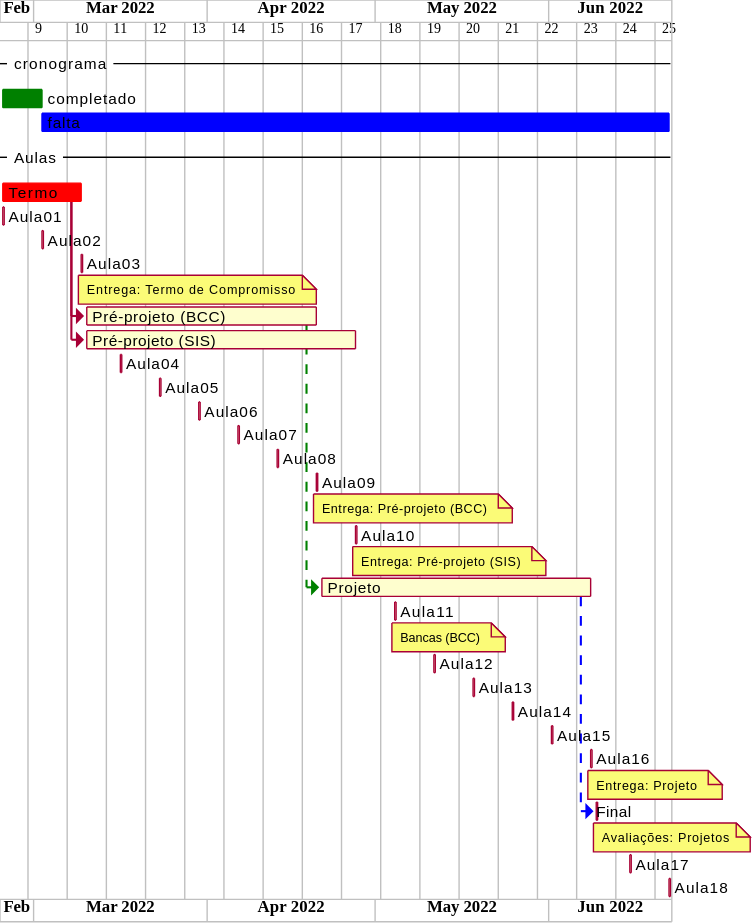
The PlantUML diagram cronograma.svg in dalton-reis/disciplina_TCC1_Privado, before a commit.
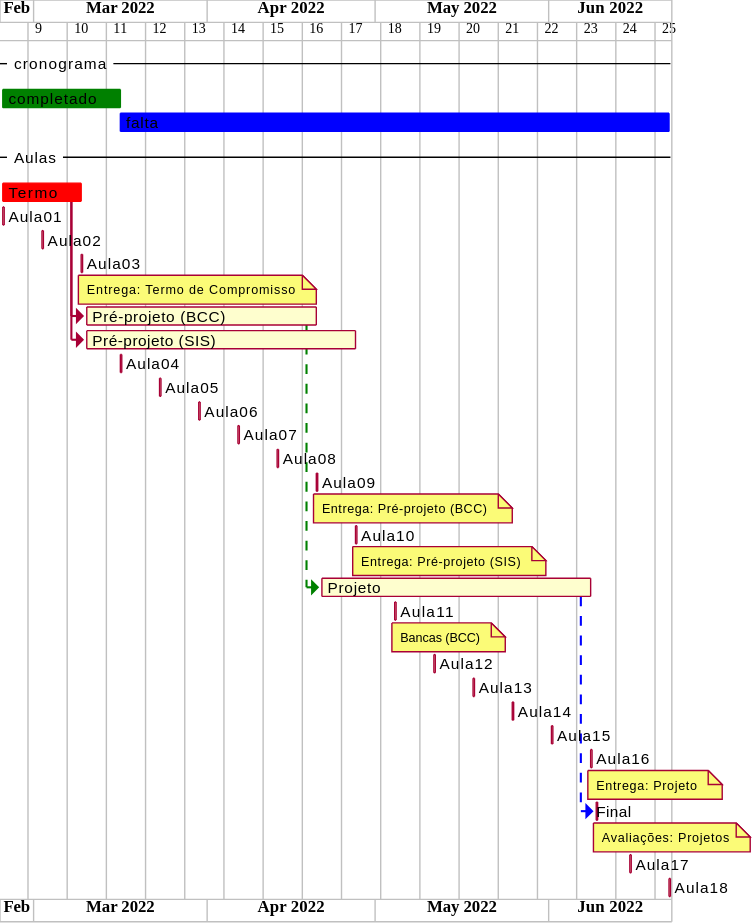
After the change.

Change to the diagram source:
```diff
@@ -6,8 +6,8 @@
 
 -- cronograma --
 [completado] is colored in green
-[completado] starts 2022-02-23 and ends 2022-03-02
-[falta] starts 2022-03-02 and ends 2022-06-22
+[completado] starts 2022-02-23 and ends 2022-03-16
+[falta] starts 2022-03-16 and ends 2022-06-22
 [falta] is colored in blue
 
 -- Aulas --
```
